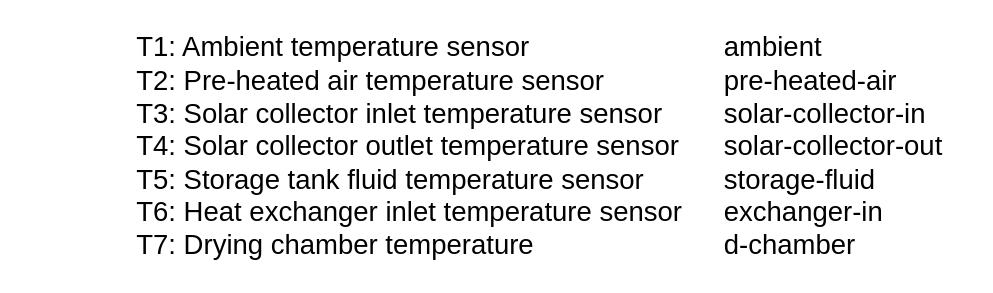
Above: page "Temperatures" (3 of 4) of Diagram/Electrical Diagram.drawio in ThashmikaX/Solar-Project (draw.io), before the change. Source tidied: cells renumbered, new cells numbered last; positions are measured from the earlier drawing's top-left corner, leaving out a move shared by most shapes. Both pictures are drawn from the tidied source at 125%, with x=0, y=0 at pixel (134, 21).
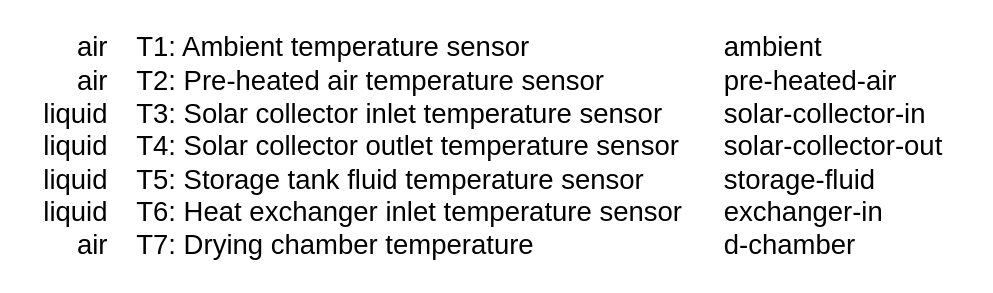
The same page after the edit.

The edit, as a diff of the source:
```diff
@@
 <mxGraphModel>
   <root>
     <mxCell id="0" />
     <mxCell id="1" parent="0" />
     <mxCell id="2" value="&lt;div style=&quot;font-size: 22px;&quot;&gt;&lt;font style=&quot;font-size: 22px;&quot;&gt;T1: Ambient temperature sensor&lt;/font&gt;&lt;/div&gt;&lt;div style=&quot;font-size: 22px;&quot;&gt;&lt;font style=&quot;font-size: 22px;&quot;&gt;T2: Pre-heated air temperature sensor&lt;/font&gt;&lt;/div&gt;&lt;div style=&quot;font-size: 22px;&quot;&gt;&lt;font style=&quot;font-size: 22px;&quot;&gt;T3: Solar collector inlet temperature sensor&lt;/font&gt;&lt;/div&gt;&lt;div style=&quot;font-size: 22px;&quot;&gt;&lt;font style=&quot;font-size: 22px;&quot;&gt;T4: Solar collector outlet temperature sensor&lt;/font&gt;&lt;/div&gt;&lt;div style=&quot;font-size: 22px;&quot;&gt;&lt;font style=&quot;font-size: 22px;&quot;&gt;T5: Storage tank fluid temperature sensor&lt;/font&gt;&lt;/div&gt;&lt;div style=&quot;font-size: 22px;&quot;&gt;&lt;font style=&quot;font-size: 22px;&quot;&gt;T6: Heat exchanger inlet temperature sensor&lt;/font&gt;&lt;/div&gt;&lt;div style=&quot;font-size: 22px;&quot;&gt;&lt;font style=&quot;font-size: 22px;&quot;&gt;T7: Drying chamber temperature&lt;/font&gt;&lt;/div&gt;" style="text;html=1;align=left;verticalAlign=middle;strokeColor=none;fillColor=none;" parent="1" vertex="1">
       <mxGeometry width="460" height="200" as="geometry" />
     </mxCell>
     <mxCell id="3" value="&lt;div style=&quot;font-size: 22px;&quot;&gt;ambient&lt;/div&gt;&lt;div style=&quot;font-size: 22px;&quot;&gt;pre-heated-air&lt;/div&gt;&lt;div style=&quot;font-size: 22px;&quot;&gt;solar-collector-in&lt;/div&gt;&lt;div style=&quot;font-size: 22px;&quot;&gt;solar-collector-out&lt;br&gt;&lt;/div&gt;&lt;div style=&quot;font-size: 22px;&quot;&gt;storage-fluid&lt;/div&gt;&lt;div style=&quot;font-size: 22px;&quot;&gt;exchanger-in&lt;/div&gt;&lt;div style=&quot;font-size: 22px;&quot;&gt;d-chamber&lt;/div&gt;" style="text;html=1;align=left;verticalAlign=middle;strokeColor=none;fillColor=none;" parent="1" vertex="1">
       <mxGeometry x="470" width="200" height="200" as="geometry" />
     </mxCell>
+    <mxCell id="4" value="&lt;div style=&quot;font-size: 22px;&quot;&gt;air&lt;/div&gt;&lt;div style=&quot;font-size: 22px;&quot;&gt;air&lt;/div&gt;&lt;div style=&quot;font-size: 22px;&quot;&gt;liquid&lt;/div&gt;&lt;div style=&quot;font-size: 22px;&quot;&gt;liquid&lt;br&gt;&lt;/div&gt;&lt;div style=&quot;font-size: 22px;&quot;&gt;liquid&lt;br&gt;&lt;/div&gt;&lt;div style=&quot;font-size: 22px;&quot;&gt;liquid&lt;br&gt;&lt;/div&gt;&lt;div style=&quot;font-size: 22px;&quot;&gt;air&lt;/div&gt;" style="text;html=1;align=right;verticalAlign=middle;strokeColor=none;fillColor=none;" parent="1" vertex="1">
+      <mxGeometry x="-90" width="70" height="200" as="geometry" />
+    </mxCell>
   </root>
 </mxGraphModel>
```
